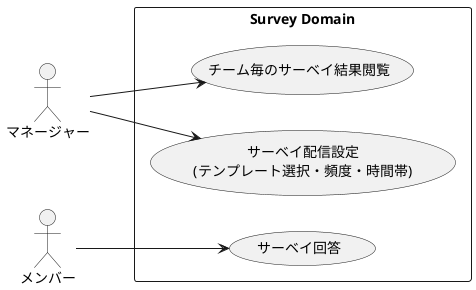
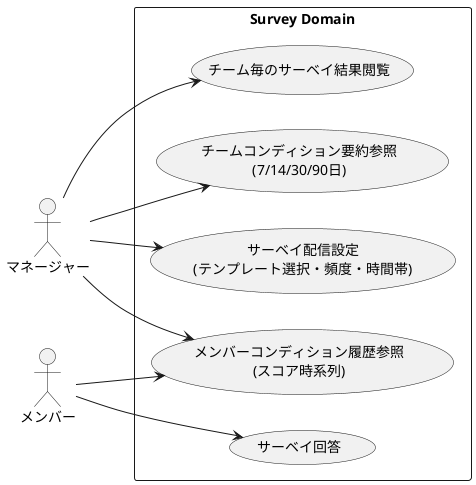
@startuml
left to right direction

actor "マネージャー" as Manager
actor "メンバー" as Member

rectangle "Survey Domain" {

  usecase "サーベイ配信設定\n(テンプレート選択・頻度・時間帯)"
  usecase "サーベイ回答"
  usecase "チーム毎のサーベイ結果閲覧"
+   usecase "チームコンディション要約参照\n(7/14/30/90日)"
+   usecase "メンバーコンディション履歴参照\n(スコア時系列)"

}

Manager --> "サーベイ配信設定\n(テンプレート選択・頻度・時間帯)"
Manager --> "チーム毎のサーベイ結果閲覧"
+ Manager --> "チームコンディション要約参照\n(7/14/30/90日)"
+ Manager --> "メンバーコンディション履歴参照\n(スコア時系列)"
Member --> "サーベイ回答"
+ Member --> "メンバーコンディション履歴参照\n(スコア時系列)"

@enduml